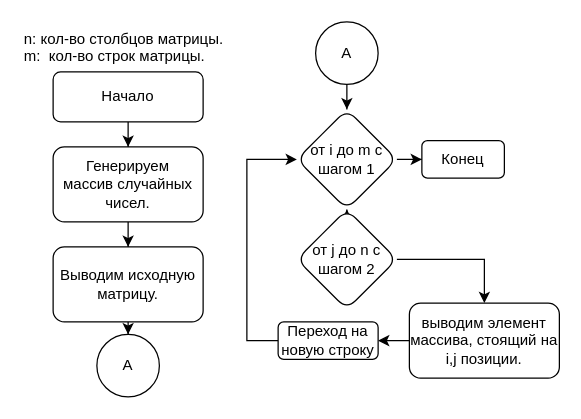
This is lab_3/task_1.drawio from async-master/nsm-avtf, a draw.io file, before an edit. Source tidied: cells renumbered, new cells numbered last; positions are measured from the earlier drawing's top-left corner, leaving out a move shared by most shapes. Both pictures are drawn from the tidied source at 125%, with x=0, y=0 at pixel (21, 21).
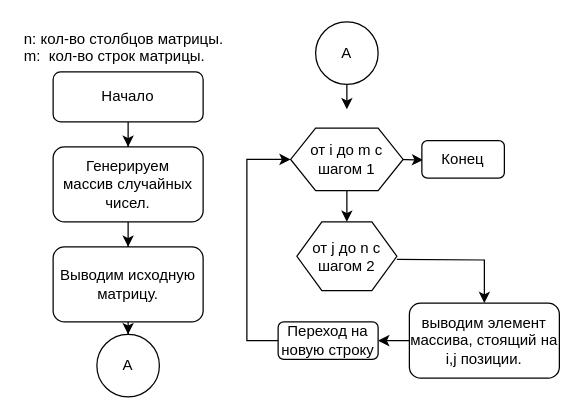
The same diagram, later.

The change refers to these unchanged cells:
```xml
<mxCell id="15" value="выводим элемент массива, стоящий на i,j позиции." style="whiteSpace=wrap;html=1;rounded=1;glass=0;strokeWidth=1;shadow=0;" parent="1" vertex="1">
  <mxGeometry x="310" y="225" width="120" height="60" as="geometry" />
</mxCell>
<mxCell id="19" value="A" style="ellipse;whiteSpace=wrap;html=1;rounded=1;glass=0;strokeWidth=1;shadow=0;" parent="1" vertex="1">
  <mxGeometry x="235" width="50" height="50" as="geometry" />
</mxCell>
<mxCell id="20" value="&lt;div&gt;Конец&lt;/div&gt;" style="whiteSpace=wrap;html=1;rounded=1;glass=0;strokeWidth=1;shadow=0;" parent="1" vertex="1">
  <mxGeometry x="320" y="95" width="66" height="30" as="geometry" />
</mxCell>
```

What changed in the source:
```diff
@@
-    <mxCell id="8" style="edgeStyle=orthogonalEdgeStyle;rounded=0;jettySize=auto;html=1;" parent="1" edge="1" source="10">
+    <mxCell id="8" style="edgeStyle=orthogonalEdgeStyle;rounded=0;orthogonalLoop=1;jettySize=auto;html=1;" parent="1" edge="1">
       <mxGeometry relative="1" as="geometry">
+        <mxPoint x="260" y="150" as="sourcePoint" />
         <mxPoint x="260" y="150" as="targetPoint" />
       </mxGeometry>
     </mxCell>
-    <mxCell id="9" style="edgeStyle=orthogonalEdgeStyle;rounded=0;jettySize=auto;html=1;" parent="1" edge="1" source="10" target="20">
-      <mxGeometry relative="1" as="geometry" />
+    <mxCell id="9" style="edgeStyle=orthogonalEdgeStyle;rounded=0;jettySize=auto;html=1;" parent="1" edge="1" target="20">
+      <mxGeometry relative="1" as="geometry">
+        <mxPoint x="300" y="110" as="sourcePoint" />
+      </mxGeometry>
     </mxCell>
-    <mxCell id="10" value="от i до m с шагом 1" style="rhombus;whiteSpace=wrap;html=1;rounded=1;glass=0;strokeWidth=1;shadow=0;" parent="1" vertex="1">
-      <mxGeometry x="220" y="70" width="80" height="80" as="geometry" />
-    </mxCell>
@@
-    <mxCell id="12" style="edgeStyle=orthogonalEdgeStyle;rounded=0;jettySize=auto;html=1;entryX=0.5;entryY=0;entryDx=0;entryDy=0;" parent="1" edge="1" source="13" target="15">
-      <mxGeometry relative="1" as="geometry" />
+    <mxCell id="12" style="edgeStyle=orthogonalEdgeStyle;rounded=0;jettySize=auto;html=1;entryX=0.5;entryY=0;entryDx=0;entryDy=0;" parent="1" edge="1" target="15">
+      <mxGeometry relative="1" as="geometry">
+        <mxPoint x="300" y="190" as="sourcePoint" />
+      </mxGeometry>
     </mxCell>
-    <mxCell id="13" value="от j до n с шагом 2" style="rhombus;whiteSpace=wrap;html=1;rounded=1;glass=0;strokeWidth=1;shadow=0;" parent="1" vertex="1">
-      <mxGeometry x="220" y="150" width="80" height="80" as="geometry" />
-    </mxCell>
@@
-    <mxCell id="18" style="edgeStyle=orthogonalEdgeStyle;rounded=0;jettySize=auto;html=1;" parent="1" edge="1" source="19" target="10">
-      <mxGeometry relative="1" as="geometry" />
+    <mxCell id="18" style="edgeStyle=orthogonalEdgeStyle;rounded=0;jettySize=auto;html=1;" parent="1" edge="1" source="19">
+      <mxGeometry relative="1" as="geometry">
+        <mxPoint x="260" y="70" as="targetPoint" />
+      </mxGeometry>
     </mxCell>
@@
+    <mxCell id="22" style="edgeStyle=orthogonalEdgeStyle;rounded=0;jettySize=auto;html=1;" parent="1" edge="1" source="10" target="13">
+      <mxGeometry relative="1" as="geometry" />
+    </mxCell>
+    <mxCell id="10" value="от i до m с шагом 1" style="shape=hexagon;perimeter=hexagonPerimeter2;whiteSpace=wrap;html=1;fixedSize=1;" parent="1" vertex="1">
+      <mxGeometry x="215" y="85" width="90" height="50" as="geometry" />
+    </mxCell>
+    <mxCell id="13" value="от j до n с шагом 2" style="shape=hexagon;perimeter=hexagonPerimeter2;whiteSpace=wrap;html=1;fixedSize=1;" parent="1" vertex="1">
+      <mxGeometry x="220" y="160" width="80" height="55" as="geometry" />
+    </mxCell>
```
